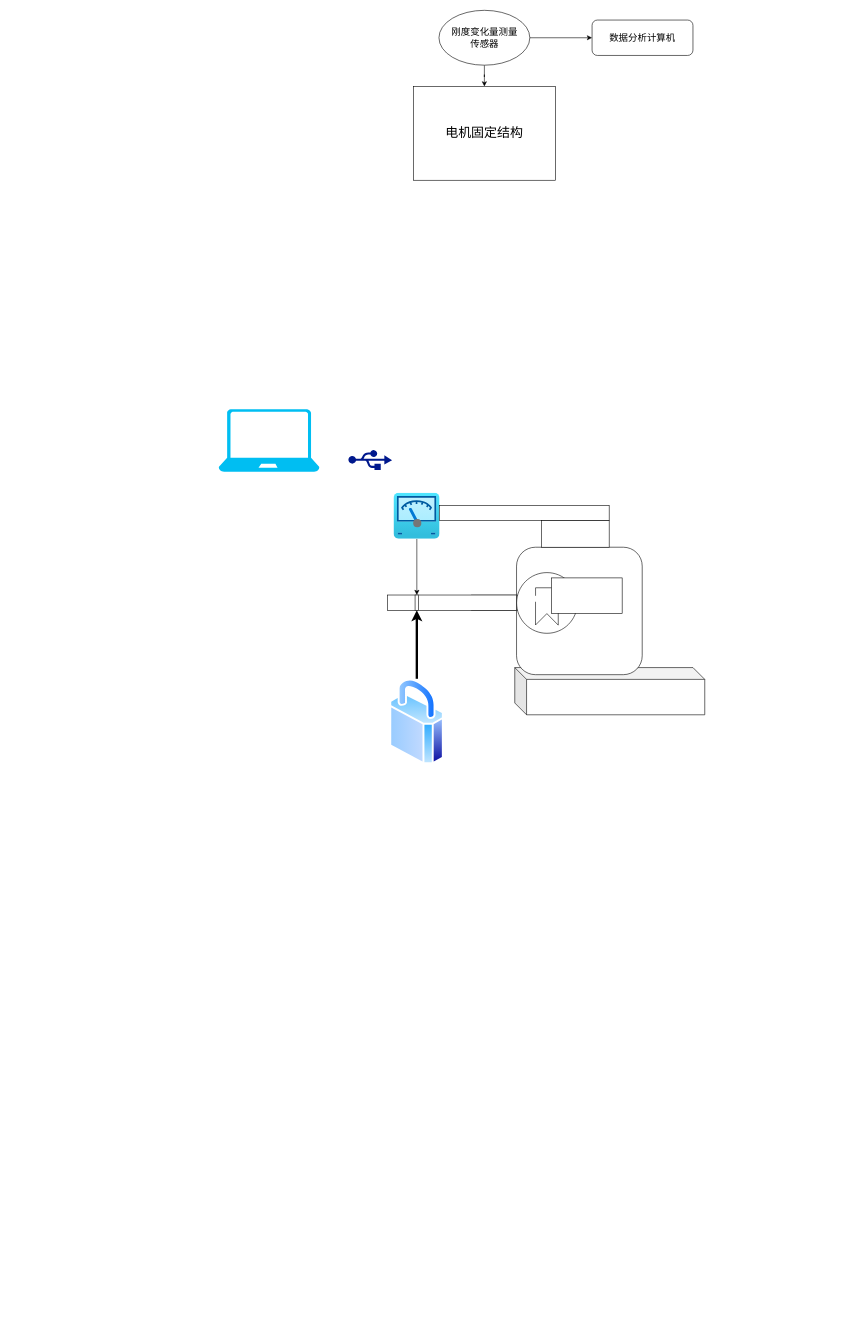
This is draw_io_for_work/motor_stiffness_patent.drawio from doctor1cong/draw_flow_chart, a draw.io file, before an edit. Source tidied: cells renumbered, new cells numbered last; positions are measured from the earlier drawing's top-left corner, leaving out a move shared by most shapes. Both pictures are drawn from the tidied source at 59%, with x=0, y=0 at pixel (218, 10).
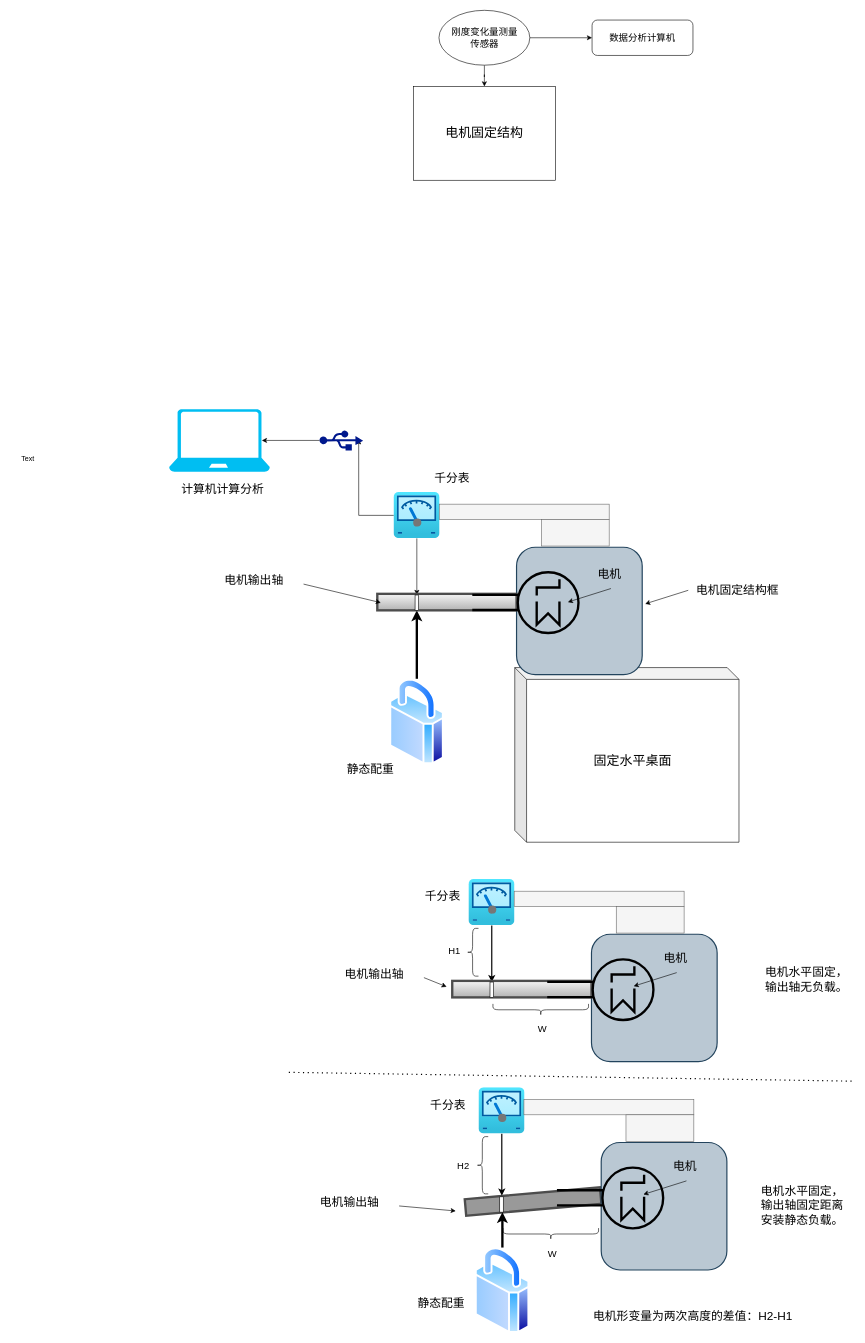
The same page after the edit.

What changed in the source:
```diff
@@
-    <mxCell id="2" style="shape=cube;whiteSpace=wrap;html=1;boundedLbl=1;backgroundOutline=1;darkOpacity=0.05;darkOpacity2=0.1;" parent="1" vertex="1">
-      <mxGeometry x="502" y="1114" width="322" height="80" as="geometry" />
+    <mxCell id="2" value="&lt;font style=&quot;font-size: 22px;&quot;&gt;固定水平桌面&lt;/font&gt;" style="shape=cube;whiteSpace=wrap;html=1;boundedLbl=1;backgroundOutline=1;darkOpacity=0.05;darkOpacity2=0.1;" parent="1" vertex="1">
+      <mxGeometry x="502" y="1114" width="380" height="296" as="geometry" />
     </mxCell>
+    <mxCell id="21" style="edgeStyle=orthogonalEdgeStyle;rounded=0;jettySize=auto;html=1;entryX=0.898;entryY=0.441;entryDx=0;entryDy=0;entryPerimeter=0;" parent="1" edge="1" source="4" target="6">
+      <mxGeometry relative="1" as="geometry" />
+    </mxCell>
@@
     <mxCell id="4" style="image;html=1;points=[];align=center;fontSize=12;image=img/lib/azure2/other/Defender_Meter.svg;" parent="1" vertex="1">
-      <mxGeometry x="297" y="818" width="78" height="78" as="geometry" />
+      <mxGeometry x="297" y="817" width="78" height="78" as="geometry" />
     </mxCell>
     <mxCell id="5" style="verticalLabelPosition=bottom;html=1;verticalAlign=top;align=center;strokeColor=none;fillColor=#00BEF2;shape=mxgraph.azure.laptop;" parent="1" vertex="1">
-      <mxGeometry y="676" width="171" height="106" as="geometry" />
+      <mxGeometry x="-84" y="676" width="171" height="106" as="geometry" />
     </mxCell>
     <mxCell id="6" style="sketch=0;shadow=0;dashed=0;html=1;strokeColor=none;labelPosition=center;verticalLabelPosition=bottom;verticalAlign=top;align=center;fillColor=#00188D;shape=mxgraph.mscae.enterprise.usb;" parent="1" vertex="1">
-      <mxGeometry x="220" y="745" width="74" height="34" as="geometry" />
+      <mxGeometry x="171" y="712" width="74" height="34" as="geometry" />
     </mxCell>
@@
-    <mxCell id="14" style="rounded=1;whiteSpace=wrap;html=1;" parent="1" vertex="1">
+    <mxCell id="14" style="rounded=1;whiteSpace=wrap;html=1;strokeWidth=2;fillColor=#bac8d3;strokeColor=#23445d;" parent="1" vertex="1">
       <mxGeometry x="505" y="910" width="213" height="216" as="geometry" />
     </mxCell>
+    <mxCell id="16" style="rounded=0;whiteSpace=wrap;html=1;fillColor=#f5f5f5;strokeColor=#4D4D4D;gradientColor=#b3b3b3;strokeWidth=4;" parent="1" vertex="1">
+      <mxGeometry x="269" y="989" width="236" height="28" as="geometry" />
+    </mxCell>
-    <mxCell id="15" style="verticalLabelPosition=bottom;html=1;verticalAlign=top;fillColor=strokeColor;align=center;shape=mxgraph.fluid_power.x10070;direction=west;" parent="1" vertex="1">
-      <mxGeometry x="428" y="953" width="180" height="102.9" as="geometry" />
+    <mxCell id="15" style="verticalLabelPosition=bottom;html=1;verticalAlign=top;align=center;shape=mxgraph.fluid_power.x10070;direction=west;fillColor=#999999;strokeWidth=4;" parent="1" vertex="1">
+      <mxGeometry x="430" y="952.5" width="180" height="102.9" as="geometry" />
     </mxCell>
-    <mxCell id="16" style="rounded=0;whiteSpace=wrap;html=1;" parent="1" vertex="1">
-      <mxGeometry x="286" y="991" width="219" height="26" as="geometry" />
-    </mxCell>
@@
-    <mxCell id="18" style="rounded=0;whiteSpace=wrap;html=1;" parent="1" vertex="1">
-      <mxGeometry x="374" y="839" width="288" height="26" as="geometry" />
+    <mxCell id="18" style="rounded=0;whiteSpace=wrap;html=1;fillColor=#f5f5f5;fontColor=#333333;strokeColor=#666666;" parent="1" vertex="1">
+      <mxGeometry x="374" y="837" width="288" height="26" as="geometry" />
     </mxCell>
-    <mxCell id="19" style="rounded=0;whiteSpace=wrap;html=1;" parent="1" vertex="1">
-      <mxGeometry x="547" y="865" width="115" height="45" as="geometry" />
+    <mxCell id="19" style="rounded=0;whiteSpace=wrap;html=1;fillColor=#f5f5f5;fontColor=#333333;strokeColor=#666666;" parent="1" vertex="1">
+      <mxGeometry x="547" y="863" width="115" height="45" as="geometry" />
     </mxCell>
-    <mxCell id="20" style="rounded=0;whiteSpace=wrap;html=1;" parent="1" vertex="1">
-      <mxGeometry x="564" y="962" width="120" height="60" as="geometry" />
-    </mxCell>
+    <mxCell id="22" style="edgeStyle=orthogonalEdgeStyle;rounded=0;jettySize=auto;html=1;entryX=0.92;entryY=0.5;entryDx=0;entryDy=0;entryPerimeter=0;" parent="1" edge="1" source="6" target="5">
+      <mxGeometry relative="1" as="geometry" />
+    </mxCell>
+    <mxCell id="23" value="&lt;font style=&quot;font-size: 20px;&quot;&gt;电机&lt;/font&gt;" style="text;strokeColor=none;align=center;fillColor=none;html=1;verticalAlign=middle;whiteSpace=wrap;rounded=0;strokeWidth=3;" parent="1" vertex="1">
+      <mxGeometry x="610" y="918" width="105" height="71" as="geometry" />
+    </mxCell>
+    <mxCell id="24" value="&lt;font style=&quot;font-size: 20px;&quot;&gt;电机输出轴&lt;/font&gt;" style="text;strokeColor=none;align=center;fillColor=none;html=1;verticalAlign=middle;whiteSpace=wrap;rounded=0;" parent="1" vertex="1">
+      <mxGeometry x="-24" y="950" width="168" height="30" as="geometry" />
+    </mxCell>
+    <mxCell id="25" style="endArrow=classic;html=1;rounded=0;exitX=1;exitY=0.75;exitDx=0;exitDy=0;" parent="1" edge="1" source="24">
+      <mxGeometry relative="1" as="geometry">
+        <mxPoint x="275" y="1004" as="targetPoint" />
+      </mxGeometry>
+    </mxCell>
+    <mxCell id="26" value="&lt;font style=&quot;font-size: 20px;&quot;&gt;静态配重&lt;/font&gt;" style="text;strokeColor=none;align=center;fillColor=none;html=1;verticalAlign=middle;whiteSpace=wrap;rounded=0;" parent="1" vertex="1">
+      <mxGeometry x="215" y="1262" width="85" height="46" as="geometry" />
+    </mxCell>
+    <mxCell id="27" value="&lt;font style=&quot;font-size: 20px;&quot;&gt;千分表&lt;/font&gt;" style="text;strokeColor=none;align=center;fillColor=none;html=1;verticalAlign=middle;whiteSpace=wrap;rounded=0;" parent="1" vertex="1">
+      <mxGeometry x="354.5" y="777" width="82" height="30" as="geometry" />
+    </mxCell>
+    <mxCell id="28" value="Text" style="text;strokeColor=none;align=center;fillColor=none;html=1;verticalAlign=middle;whiteSpace=wrap;rounded=0;" parent="1" vertex="1">
+      <mxGeometry x="-353" y="746" width="60" height="30" as="geometry" />
+    </mxCell>
+    <mxCell id="29" value="&lt;span style=&quot;font-size: 20px;&quot;&gt;计算机计算分析&lt;/span&gt;" style="text;strokeColor=none;align=center;fillColor=none;html=1;verticalAlign=middle;whiteSpace=wrap;rounded=0;" parent="1" vertex="1">
+      <mxGeometry x="-70" y="795" width="153.5" height="30" as="geometry" />
+    </mxCell>
+    <mxCell id="30" value="&lt;span style=&quot;font-size: 20px;&quot;&gt;电机固定结构框&lt;/span&gt;" style="text;strokeColor=none;align=center;fillColor=none;html=1;verticalAlign=middle;whiteSpace=wrap;rounded=0;" parent="1" vertex="1">
+      <mxGeometry x="794" y="966" width="171" height="30" as="geometry" />
+    </mxCell>
+    <mxCell id="31" style="endArrow=classic;html=1;rounded=0;exitX=1;exitY=0.75;exitDx=0;exitDy=0;" parent="1" edge="1">
+      <mxGeometry relative="1" as="geometry">
+        <mxPoint x="796" y="983" as="sourcePoint" />
+        <mxPoint x="723" y="1006" as="targetPoint" />
+      </mxGeometry>
+    </mxCell>
+    <mxCell id="32" style="endArrow=classic;html=1;rounded=0;exitX=1;exitY=0.75;exitDx=0;exitDy=0;" parent="1" edge="1">
+      <mxGeometry relative="1" as="geometry">
+        <mxPoint x="665" y="980" as="sourcePoint" />
+        <mxPoint x="592" y="1003" as="targetPoint" />
+      </mxGeometry>
+    </mxCell>
+    <mxCell id="33" style="rounded=0;whiteSpace=wrap;html=1;rotation=-95;direction=south;strokeWidth=4;strokeColor=#4D4D4D;fillColor=#999999;" parent="1" vertex="1">
+      <mxGeometry x="519" y="1904" width="28" height="230" as="geometry" />
+    </mxCell>
+    <mxCell id="34" style="edgeStyle=orthogonalEdgeStyle;rounded=0;jettySize=auto;html=1;strokeWidth=2;" parent="1" edge="1" source="35">
+      <mxGeometry relative="1" as="geometry">
+        <mxPoint x="463" y="1647" as="targetPoint" />
+      </mxGeometry>
+    </mxCell>
+    <mxCell id="35" style="image;html=1;points=[];align=center;fontSize=12;image=img/lib/azure2/other/Defender_Meter.svg;" parent="1" vertex="1">
+      <mxGeometry x="424" y="1473" width="78" height="78" as="geometry" />
+    </mxCell>
+    <mxCell id="36" style="rounded=1;whiteSpace=wrap;html=1;strokeWidth=2;fillColor=#bac8d3;strokeColor=#23445d;" parent="1" vertex="1">
+      <mxGeometry x="632" y="1566" width="213" height="216" as="geometry" />
+    </mxCell>
+    <mxCell id="37" style="rounded=0;whiteSpace=wrap;html=1;fillColor=#f5f5f5;strokeColor=#4D4D4D;gradientColor=#b3b3b3;strokeWidth=4;" parent="1" vertex="1">
+      <mxGeometry x="396" y="1645" width="236" height="28" as="geometry" />
+    </mxCell>
+    <mxCell id="38" style="verticalLabelPosition=bottom;html=1;verticalAlign=top;align=center;shape=mxgraph.fluid_power.x10070;direction=west;fillColor=#999999;strokeWidth=4;" parent="1" vertex="1">
+      <mxGeometry x="557" y="1608.5" width="180" height="102.9" as="geometry" />
+    </mxCell>
+    <mxCell id="39" style="rounded=0;whiteSpace=wrap;html=1;fillColor=#f5f5f5;fontColor=#333333;strokeColor=#666666;" parent="1" vertex="1">
+      <mxGeometry x="501" y="1493" width="288" height="26" as="geometry" />
+    </mxCell>
+    <mxCell id="40" style="rounded=0;whiteSpace=wrap;html=1;fillColor=#f5f5f5;fontColor=#333333;strokeColor=#666666;" parent="1" vertex="1">
+      <mxGeometry x="674" y="1519" width="115" height="45" as="geometry" />
+    </mxCell>
+    <mxCell id="41" value="&lt;font style=&quot;font-size: 20px;&quot;&gt;千分表&lt;/font&gt;" style="text;strokeColor=none;align=center;fillColor=none;html=1;verticalAlign=middle;whiteSpace=wrap;rounded=0;" parent="1" vertex="1">
+      <mxGeometry x="339" y="1485" width="82" height="30" as="geometry" />
+    </mxCell>
+    <mxCell id="42" value="&lt;font style=&quot;font-size: 20px;&quot;&gt;电机&lt;/font&gt;" style="text;strokeColor=none;align=center;fillColor=none;html=1;verticalAlign=middle;whiteSpace=wrap;rounded=0;strokeWidth=3;" parent="1" vertex="1">
+      <mxGeometry x="721.5" y="1569" width="105" height="71" as="geometry" />
+    </mxCell>
+    <mxCell id="43" style="endArrow=classic;html=1;rounded=0;exitX=1;exitY=0.75;exitDx=0;exitDy=0;" parent="1" edge="1">
+      <mxGeometry relative="1" as="geometry">
+        <mxPoint x="776.5" y="1631" as="sourcePoint" />
+        <mxPoint x="703.5" y="1654" as="targetPoint" />
+      </mxGeometry>
+    </mxCell>
+    <mxCell id="44" value="&lt;font style=&quot;font-size: 20px;&quot;&gt;电机输出轴&lt;/font&gt;" style="text;strokeColor=none;align=center;fillColor=none;html=1;verticalAlign=middle;whiteSpace=wrap;rounded=0;" parent="1" vertex="1">
+      <mxGeometry x="180" y="1617" width="168" height="30" as="geometry" />
+    </mxCell>
+    <mxCell id="45" style="endArrow=classic;html=1;rounded=0;exitX=1;exitY=0.75;exitDx=0;exitDy=0;" parent="1" edge="1" source="44">
+      <mxGeometry relative="1" as="geometry">
+        <mxPoint x="386.5" y="1655" as="targetPoint" />
+      </mxGeometry>
+    </mxCell>
+    <mxCell id="46" style="rounded=0;whiteSpace=wrap;html=1;" parent="1" vertex="1">
+      <mxGeometry x="460" y="1647" width="6" height="26" as="geometry" />
+    </mxCell>
+    <mxCell id="47" value="&lt;font style=&quot;font-size: 16px;&quot;&gt;H1&lt;/font&gt;" style="text;strokeColor=none;align=center;fillColor=none;html=1;verticalAlign=middle;whiteSpace=wrap;rounded=0;" parent="1" vertex="1">
+      <mxGeometry x="369.5" y="1578.5" width="60" height="30" as="geometry" />
+    </mxCell>
+    <mxCell id="48" style="shape=curlyBracket;whiteSpace=wrap;html=1;rounded=1;labelPosition=left;verticalLabelPosition=middle;align=right;verticalAlign=middle;" parent="1" vertex="1">
+      <mxGeometry x="420.5" y="1556" width="20" height="81" as="geometry" />
+    </mxCell>
+    <mxCell id="49" style="edgeStyle=orthogonalEdgeStyle;rounded=0;jettySize=auto;html=1;strokeWidth=2;" parent="1" edge="1" source="50">
+      <mxGeometry relative="1" as="geometry">
+        <mxPoint x="480" y="2009" as="targetPoint" />
+      </mxGeometry>
+    </mxCell>
+    <mxCell id="50" style="image;html=1;points=[];align=center;fontSize=12;image=img/lib/azure2/other/Defender_Meter.svg;" parent="1" vertex="1">
+      <mxGeometry x="441" y="1826" width="78" height="78" as="geometry" />
+    </mxCell>
+    <mxCell id="51" style="rounded=1;whiteSpace=wrap;html=1;strokeWidth=2;fillColor=#bac8d3;strokeColor=#23445d;" parent="1" vertex="1">
+      <mxGeometry x="648.5" y="1919" width="213" height="216" as="geometry" />
+    </mxCell>
+    <mxCell id="52" style="verticalLabelPosition=bottom;html=1;verticalAlign=top;align=center;shape=mxgraph.fluid_power.x10070;direction=west;fillColor=#999999;strokeWidth=4;" parent="1" vertex="1">
+      <mxGeometry x="573.5" y="1961.5" width="180" height="102.9" as="geometry" />
+    </mxCell>
+    <mxCell id="53" style="rounded=0;whiteSpace=wrap;html=1;fillColor=#f5f5f5;fontColor=#333333;strokeColor=#666666;" parent="1" vertex="1">
+      <mxGeometry x="517.5" y="1846" width="288" height="26" as="geometry" />
+    </mxCell>
+    <mxCell id="54" style="rounded=0;whiteSpace=wrap;html=1;fillColor=#f5f5f5;fontColor=#333333;strokeColor=#666666;" parent="1" vertex="1">
+      <mxGeometry x="690.5" y="1872" width="115" height="45" as="geometry" />
+    </mxCell>
+    <mxCell id="55" value="&lt;font style=&quot;font-size: 20px;&quot;&gt;千分表&lt;/font&gt;" style="text;strokeColor=none;align=center;fillColor=none;html=1;verticalAlign=middle;whiteSpace=wrap;rounded=0;" parent="1" vertex="1">
+      <mxGeometry x="348" y="1839" width="82" height="30" as="geometry" />
+    </mxCell>
+    <mxCell id="56" value="&lt;font style=&quot;font-size: 20px;&quot;&gt;电机&lt;/font&gt;" style="text;strokeColor=none;align=center;fillColor=none;html=1;verticalAlign=middle;whiteSpace=wrap;rounded=0;strokeWidth=3;" parent="1" vertex="1">
+      <mxGeometry x="738" y="1922" width="105" height="71" as="geometry" />
+    </mxCell>
+    <mxCell id="57" style="endArrow=classic;html=1;rounded=0;exitX=1;exitY=0.75;exitDx=0;exitDy=0;" parent="1" edge="1">
+      <mxGeometry relative="1" as="geometry">
+        <mxPoint x="793" y="1984" as="sourcePoint" />
+        <mxPoint x="720" y="2007" as="targetPoint" />
+      </mxGeometry>
+    </mxCell>
+    <mxCell id="58" value="&lt;font style=&quot;font-size: 20px;&quot;&gt;电机输出轴&lt;/font&gt;" style="text;strokeColor=none;align=center;fillColor=none;html=1;verticalAlign=middle;whiteSpace=wrap;rounded=0;" parent="1" vertex="1">
+      <mxGeometry x="138" y="2004" width="168" height="30" as="geometry" />
+    </mxCell>
+    <mxCell id="59" style="endArrow=classic;html=1;rounded=0;exitX=1;exitY=0.75;exitDx=0;exitDy=0;" parent="1" edge="1" source="58">
+      <mxGeometry relative="1" as="geometry">
+        <mxPoint x="402" y="2035" as="targetPoint" />
+      </mxGeometry>
+    </mxCell>
+    <mxCell id="60" style="rounded=0;whiteSpace=wrap;html=1;" parent="1" vertex="1">
+      <mxGeometry x="476.5" y="2011" width="6" height="26" as="geometry" />
+    </mxCell>
+    <mxCell id="61" value="&lt;font style=&quot;font-size: 16px;&quot;&gt;H2&lt;/font&gt;" style="text;strokeColor=none;align=center;fillColor=none;html=1;verticalAlign=middle;whiteSpace=wrap;rounded=0;" parent="1" vertex="1">
+      <mxGeometry x="385" y="1942.5" width="60" height="30" as="geometry" />
+    </mxCell>
+    <mxCell id="62" style="shape=curlyBracket;whiteSpace=wrap;html=1;rounded=1;labelPosition=left;verticalLabelPosition=middle;align=right;verticalAlign=middle;" parent="1" vertex="1">
+      <mxGeometry x="437" y="1909" width="20" height="97" as="geometry" />
+    </mxCell>
+    <mxCell id="63" style="edgeStyle=orthogonalEdgeStyle;rounded=0;jettySize=auto;html=1;strokeWidth=4;" parent="1" edge="1" source="64">
+      <mxGeometry relative="1" as="geometry">
+        <mxPoint x="481" y="2037" as="targetPoint" />
+      </mxGeometry>
+    </mxCell>
+    <mxCell id="64" style="image;perimeter=ellipsePerimeter;html=1;align=center;shadow=0;dashed=0;spacingTop=3;image=img/lib/active_directory/secure.svg;" parent="1" vertex="1">
+      <mxGeometry x="434.5" y="2097" width="93" height="145.2" as="geometry" />
+    </mxCell>
+    <mxCell id="65" value="&lt;font style=&quot;font-size: 20px;&quot;&gt;静态配重&lt;/font&gt;" style="text;strokeColor=none;align=center;fillColor=none;html=1;verticalAlign=middle;whiteSpace=wrap;rounded=0;" parent="1" vertex="1">
+      <mxGeometry x="335" y="2168" width="85" height="46" as="geometry" />
+    </mxCell>
+    <mxCell id="66" style="endArrow=none;dashed=1;html=1;dashPattern=1 3;strokeWidth=2;rounded=0;" parent="1" edge="1">
+      <mxGeometry relative="1" as="geometry">
+        <mxPoint x="119" y="1800" as="sourcePoint" />
+        <mxPoint x="1077" y="1815" as="targetPoint" />
+      </mxGeometry>
+    </mxCell>
+    <mxCell id="67" value="&lt;span style=&quot;font-size: 20px;&quot;&gt;电机水平固定，输出轴无负载。&lt;/span&gt;" style="text;strokeColor=none;align=center;fillColor=none;html=1;verticalAlign=middle;whiteSpace=wrap;rounded=0;" parent="1" vertex="1">
+      <mxGeometry x="923" y="1611" width="147" height="62" as="geometry" />
+    </mxCell>
+    <mxCell id="68" value="&lt;span style=&quot;font-size: 20px;&quot;&gt;电机水平固定，输出轴固定距离安装静态负载。&lt;/span&gt;" style="text;strokeColor=none;align=center;fillColor=none;html=1;verticalAlign=middle;whiteSpace=wrap;rounded=0;" parent="1" vertex="1">
+      <mxGeometry x="909" y="1972" width="161" height="106" as="geometry" />
+    </mxCell>
+    <mxCell id="69" style="shape=curlyBracket;whiteSpace=wrap;html=1;rounded=1;flipH=1;labelPosition=right;verticalLabelPosition=middle;align=left;verticalAlign=middle;rotation=90;" parent="1" vertex="1">
+      <mxGeometry x="536" y="1613" width="20" height="162" as="geometry" />
+    </mxCell>
+    <mxCell id="70" value="&lt;span style=&quot;font-size: 16px;&quot;&gt;W&lt;/span&gt;" style="text;strokeColor=none;align=center;fillColor=none;html=1;verticalAlign=middle;whiteSpace=wrap;rounded=0;" parent="1" vertex="1">
+      <mxGeometry x="519" y="1711.5" width="60" height="30" as="geometry" />
+    </mxCell>
+    <mxCell id="71" style="shape=curlyBracket;whiteSpace=wrap;html=1;rounded=1;flipH=1;labelPosition=right;verticalLabelPosition=middle;align=left;verticalAlign=middle;rotation=90;" parent="1" vertex="1">
+      <mxGeometry x="553" y="1993" width="20" height="162" as="geometry" />
+    </mxCell>
+    <mxCell id="72" value="&lt;span style=&quot;font-size: 16px;&quot;&gt;W&lt;/span&gt;" style="text;strokeColor=none;align=center;fillColor=none;html=1;verticalAlign=middle;whiteSpace=wrap;rounded=0;" parent="1" vertex="1">
+      <mxGeometry x="536" y="2091.5" width="60" height="30" as="geometry" />
+    </mxCell>
+    <mxCell id="73" value="&lt;span style=&quot;font-size: 20px;&quot;&gt;电机形变量为两次高度的差值：H2-H1&lt;/span&gt;" style="text;strokeColor=none;align=center;fillColor=none;html=1;verticalAlign=middle;whiteSpace=wrap;rounded=0;strokeWidth=20;" parent="1" vertex="1">
+      <mxGeometry x="610" y="2198" width="388" height="30" as="geometry" />
+    </mxCell>
```
